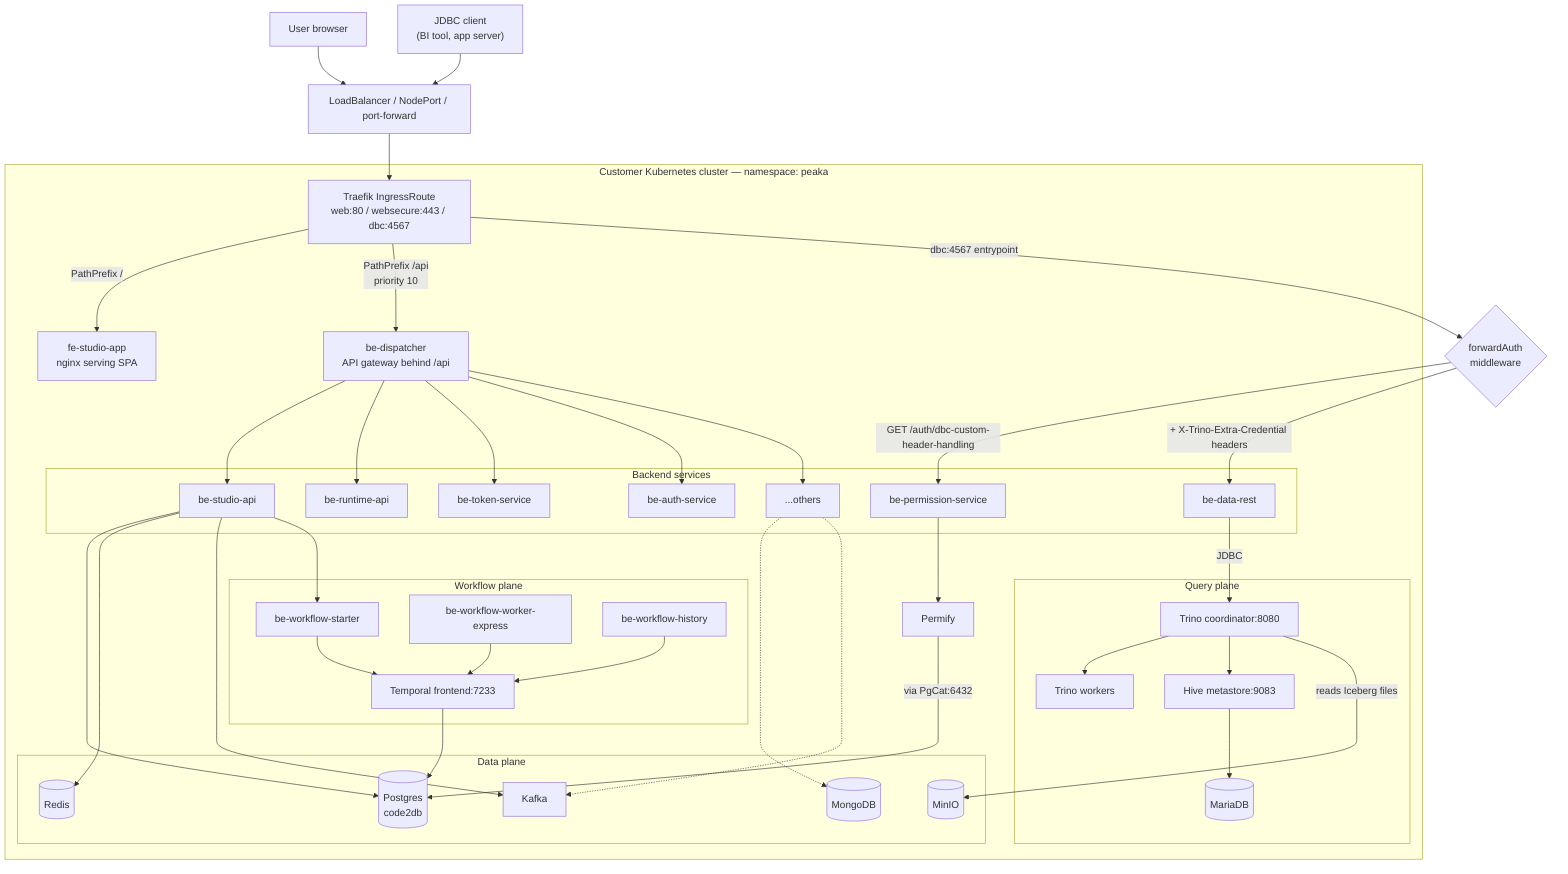
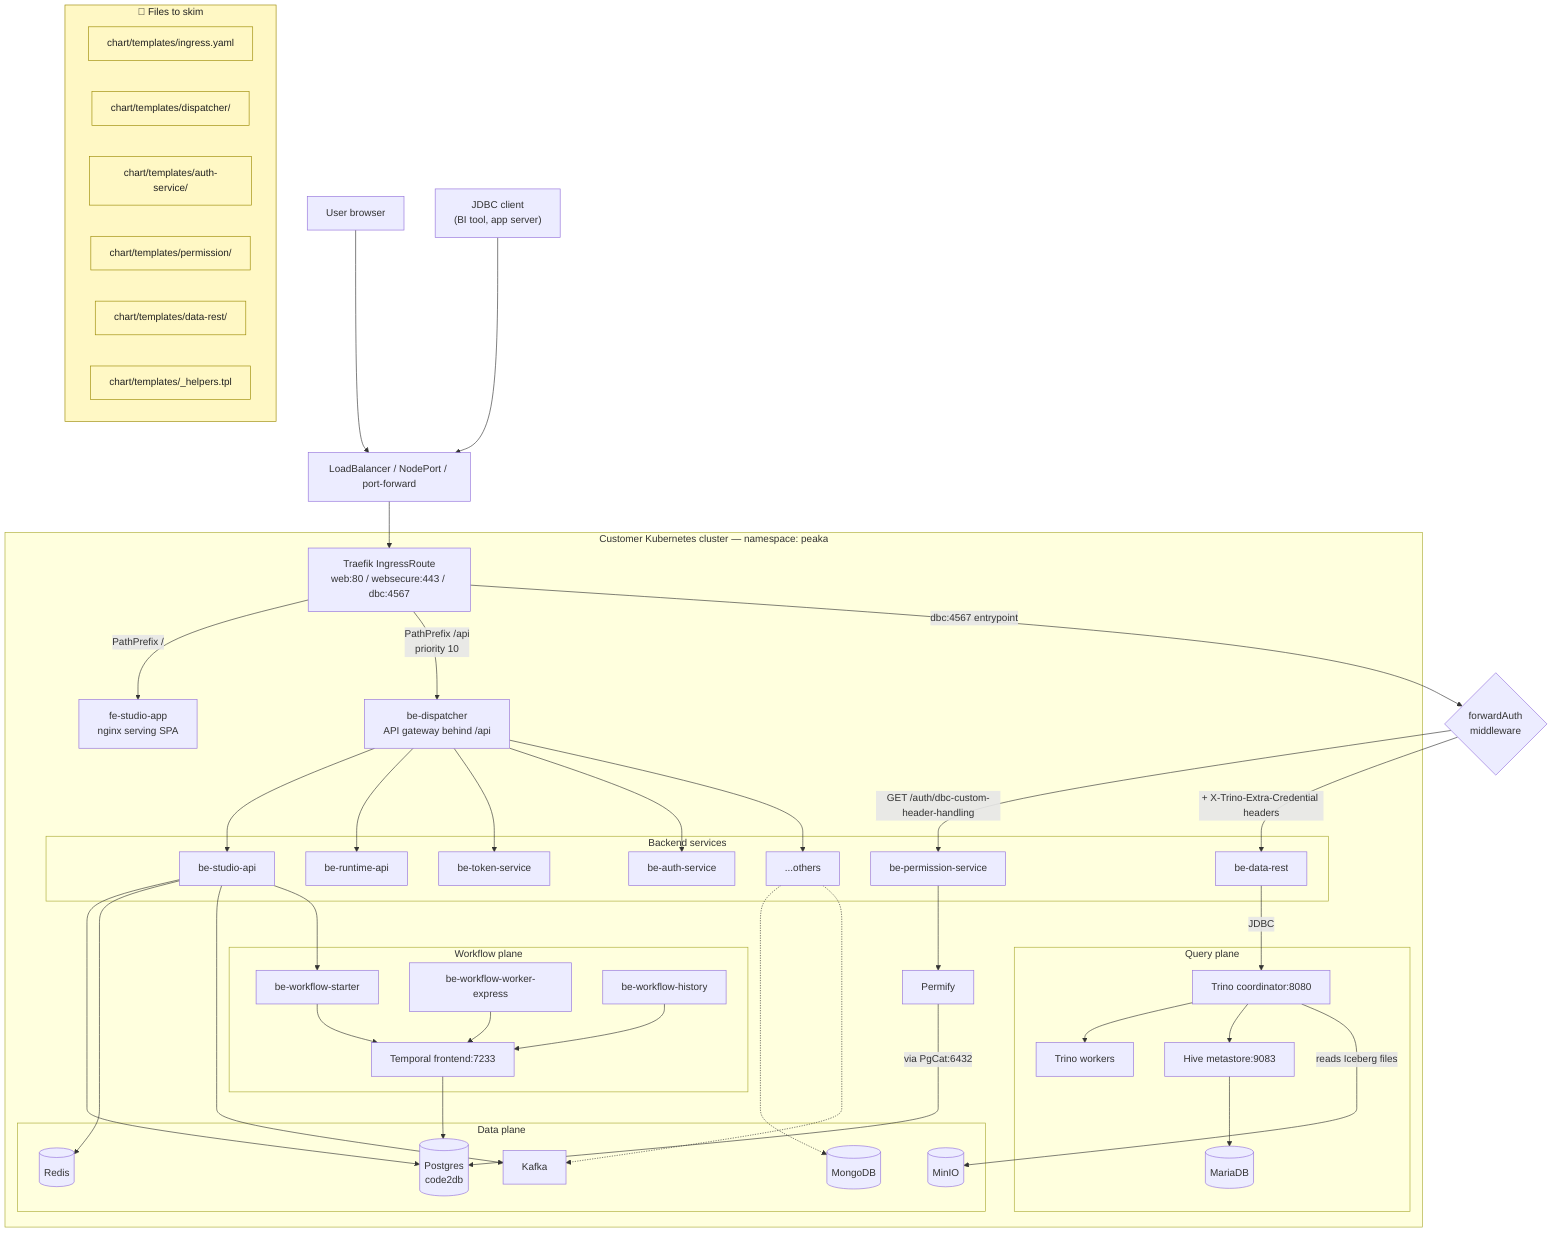
flowchart TD
    user_browser["User browser"]
    jdbc_client["JDBC client<br/>(BI tool, app server)"]
    lb["LoadBalancer / NodePort / port-forward"]

    subgraph cluster["Customer Kubernetes cluster — namespace: peaka"]
        traefik["Traefik IngressRoute<br/>web:80 / websecure:443 / dbc:4567"]
        web["fe-studio-app<br/>nginx serving SPA"]
        api_gw["be-dispatcher<br/>API gateway behind /api"]

        subgraph backends["Backend services"]
            studio_api[be-studio-api]
            auth[be-auth-service]
            perm[be-permission-service]
            token[be-token-service]
            runtime[be-runtime-api]
            data_rest[be-data-rest]
            others["...others"]
        end

        subgraph workflow["Workflow plane"]
            wf_starter[be-workflow-starter]
            wf_express[be-workflow-worker-express]
            wf_history[be-workflow-history]
            temporal["Temporal frontend:7233"]
        end

        subgraph data_plane["Data plane"]
            pg[("Postgres<br/>code2db")]
            mongo[(MongoDB)]
            redis[(Redis)]
            kafka[Kafka]
            minio[(MinIO)]
        end

        subgraph query["Query plane"]
            trino["Trino coordinator:8080"]
            workers[Trino workers]
            hive["Hive metastore:9083"]
            mariadb[(MariaDB)]
        end

        permify[Permify]
    end

    user_browser --> lb --> traefik
    jdbc_client --> lb

    traefik -->|"PathPrefix /"| web
    traefik -->|"PathPrefix /api<br/>priority 10"| api_gw
    api_gw --> studio_api
    api_gw --> runtime
    api_gw --> token
    api_gw --> auth
    api_gw --> others

    traefik -->|"dbc:4567 entrypoint"| dbc_mw{forwardAuth<br/>middleware}
    dbc_mw -->|"GET /auth/dbc-custom-header-handling"| perm
    dbc_mw -->|"+ X-Trino-Extra-Credential headers"| data_rest
    data_rest -->|JDBC| trino
    trino --> workers
    trino --> hive
    hive --> mariadb
    trino -->|reads Iceberg files| minio

    studio_api --> pg
    studio_api --> redis
    studio_api --> kafka
    studio_api --> wf_starter
    wf_starter --> temporal
    wf_express --> temporal
    wf_history --> temporal
    temporal --> pg

    perm --> permify
    permify -->|"via PgCat:6432"| pg

    others -.-> mongo
    others -.-> kafka
+ 
+     subgraph Files["📂 Files to skim"]
+         F1[chart/templates/ingress.yaml]
+         F2[chart/templates/dispatcher/]
+         F3[chart/templates/auth-service/]
+         F4[chart/templates/permission/]
+         F5[chart/templates/data-rest/]
+         F6[chart/templates/_helpers.tpl]
+     end
+     classDef files fill:#fff8c5,stroke:#9a8800,color:#222
+     class Files,F1,F2,F3,F4,F5,F6 files
